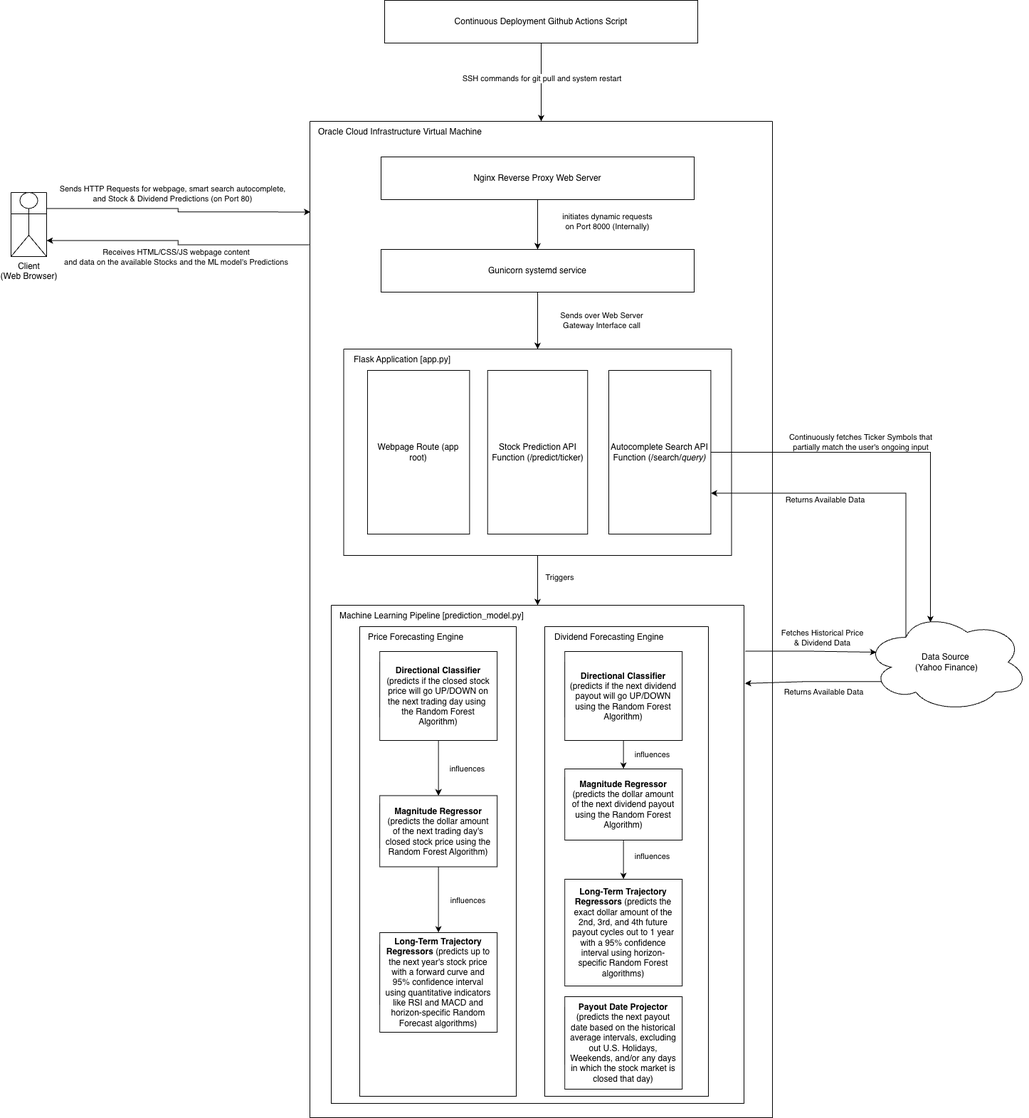
This is imgs/stock-market-predictor-arch.png from lc2410/stock-market-predictor, a draw.io export, as it was before one commit. Source tidied: cells renumbered, new cells last; positions are measured from the earlier drawing's top-left corner, leaving out a move shared by most shapes.
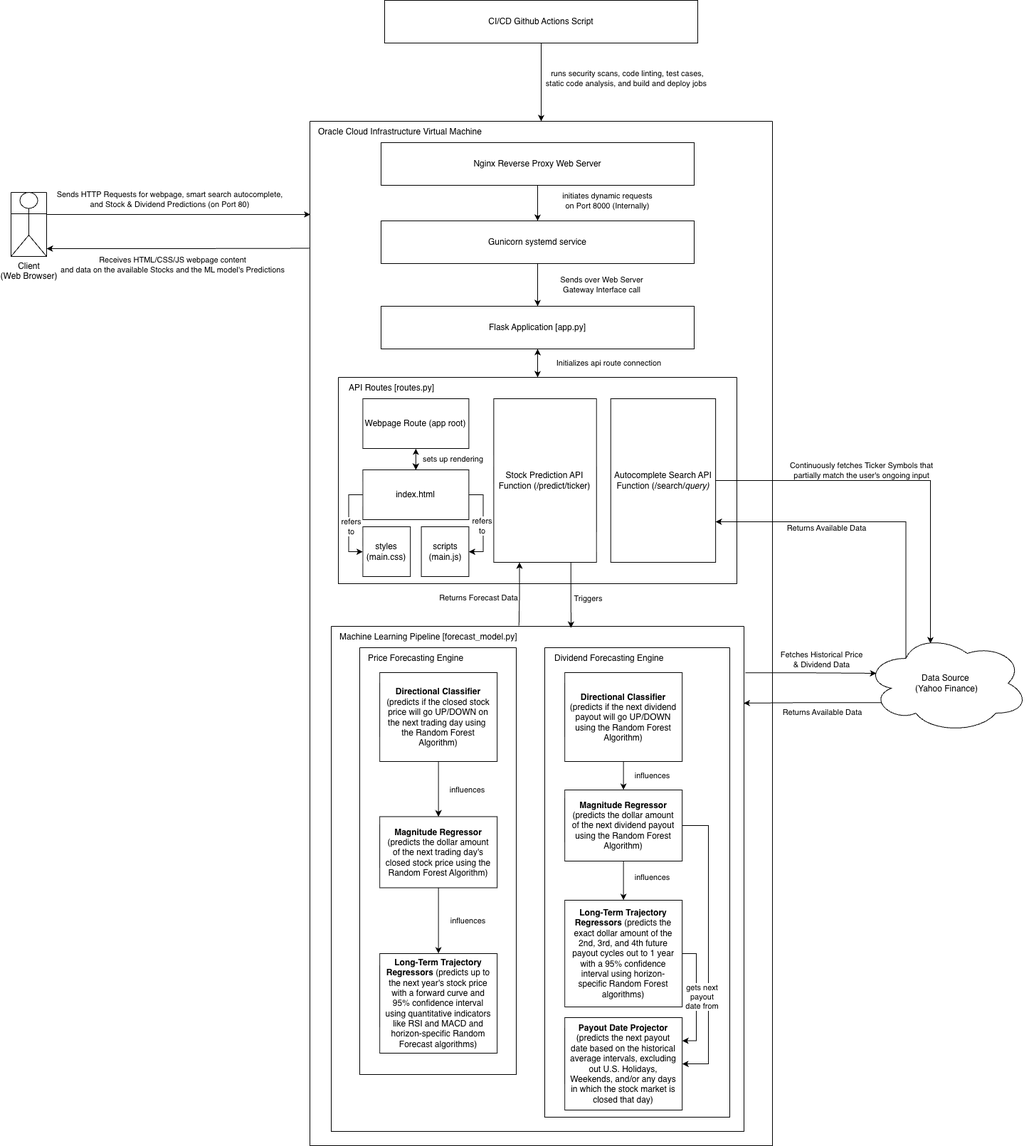
The same diagram one commit later.

The edit, as a diff of the source:
```diff
@@ -5,25 +5,60 @@
     <mxCell id="2" style="swimlane;startSize=0;" parent="1" vertex="1">
-      <mxGeometry x="420" y="170" width="650" height="1400" as="geometry" />
+      <mxGeometry x="420" y="170" width="650" height="1440" as="geometry" />
     </mxCell>
-    <mxCell id="3" value="Sends over Web Server &lt;br&gt;Gateway Interface call" style="edgeStyle=orthogonalEdgeStyle;rounded=0;jettySize=auto;html=1;exitX=0.5;exitY=1;exitDx=0;exitDy=0;entryX=0.5;entryY=0;entryDx=0;entryDy=0;fillColor=none;" parent="2" edge="1" source="13" target="5">
-      <mxGeometry y="90" relative="1" as="geometry" />
+    <mxCell id="3" value="Sends over Web Server &lt;br&gt;Gateway Interface call" style="edgeStyle=orthogonalEdgeStyle;rounded=0;jettySize=auto;html=1;exitX=0.5;exitY=1;exitDx=0;exitDy=0;fillColor=none;" parent="2" edge="1" source="13">
+      <mxGeometry y="90" relative="1" as="geometry">
+        <mxPoint x="320" y="260" as="targetPoint" />
+      </mxGeometry>
     </mxCell>
     <mxCell id="4" style="group;" parent="2" vertex="1">
-      <mxGeometry x="47.5" y="290" width="545" height="320" as="geometry" />
+      <mxGeometry x="40" y="330" width="560" height="320" as="geometry" />
     </mxCell>
     <mxCell id="5" style="swimlane;startSize=0;" parent="4" vertex="1">
-      <mxGeometry y="30" width="545" height="290" as="geometry" />
+      <mxGeometry y="30" width="560" height="290" as="geometry" />
     </mxCell>
+    <mxCell id="54" style="edgeStyle=orthogonalEdgeStyle;rounded=0;jettySize=auto;html=1;exitX=0.5;exitY=1;exitDx=0;exitDy=0;entryX=0.5;entryY=0;entryDx=0;entryDy=0;startArrow=classic;startFill=1;endArrow=classic;endFill=1;" parent="5" edge="1" source="6" target="60">
+      <mxGeometry relative="1" as="geometry" />
+    </mxCell>
+    <mxCell id="55" value="sets up rendering" style="edgeLabel;html=1;align=center;verticalAlign=middle;" parent="54" vertex="1">
+      <mxGeometry x="-0.37" y="-2" relative="1" as="geometry">
+        <mxPoint x="53" y="4" as="offset" />
+      </mxGeometry>
+    </mxCell>
     <mxCell id="6" value="Webpage Route (app root)" style="rounded=0;whiteSpace=wrap;html=1;" parent="5" vertex="1">
-      <mxGeometry x="33.5" y="30" width="143.4" height="230" as="geometry" />
+      <mxGeometry x="34.4" y="30" width="149" height="70" as="geometry" />
     </mxCell>
     <mxCell id="7" value="Stock &lt;span&gt;Prediction&lt;/span&gt; API Function&amp;nbsp;(/predict/ticker)" style="rounded=0;whiteSpace=wrap;html=1;" parent="5" vertex="1">
-      <mxGeometry x="202.2" y="30" width="140.5" height="230" as="geometry" />
+      <mxGeometry x="218.4" y="30" width="144.4" height="230" as="geometry" />
     </mxCell>
-    <mxCell id="8" value="Flask Application [app.py]" style="text;html=1;align=left;verticalAlign=middle;strokeColor=none;fillColor=none;" parent="5" vertex="1">
-      <mxGeometry x="12.4" width="160" height="30" as="geometry" />
+    <mxCell id="8" value="API Routes [routes.py]" style="text;html=1;align=left;verticalAlign=middle;strokeColor=none;fillColor=none;" parent="5" vertex="1">
+      <mxGeometry x="12.7" width="140" height="30" as="geometry" />
     </mxCell>
     <mxCell id="9" value="Autocomplete Search API Function (/search/&lt;i&gt;query)&lt;/i&gt;" style="rounded=0;whiteSpace=wrap;html=1;" parent="5" vertex="1">
-      <mxGeometry x="372.5" y="30" width="143.4" height="230" as="geometry" />
+      <mxGeometry x="382.8" y="30" width="147.4" height="230" as="geometry" />
     </mxCell>
+    <mxCell id="56" style="edgeStyle=orthogonalEdgeStyle;rounded=0;jettySize=auto;html=1;exitX=0;exitY=0.5;exitDx=0;exitDy=0;entryX=0;entryY=0.5;entryDx=0;entryDy=0;" parent="5" edge="1" source="60" target="61">
+      <mxGeometry relative="1" as="geometry" />
+    </mxCell>
+    <mxCell id="57" value="refers&lt;br&gt;to" style="edgeLabel;html=1;align=center;verticalAlign=middle;" parent="56" vertex="1">
+      <mxGeometry x="-0.06" relative="1" as="geometry">
+        <mxPoint x="2" y="9" as="offset" />
+      </mxGeometry>
+    </mxCell>
+    <mxCell id="58" style="edgeStyle=orthogonalEdgeStyle;rounded=0;jettySize=auto;html=1;exitX=1;exitY=0.5;exitDx=0;exitDy=0;entryX=1;entryY=0.5;entryDx=0;entryDy=0;" parent="5" edge="1" source="60" target="62">
+      <mxGeometry relative="1" as="geometry" />
+    </mxCell>
+    <mxCell id="59" value="refers&lt;br&gt;to" style="edgeLabel;html=1;align=center;verticalAlign=middle;" parent="58" vertex="1">
+      <mxGeometry x="0.03" y="-1" relative="1" as="geometry">
+        <mxPoint x="-2" as="offset" />
+      </mxGeometry>
+    </mxCell>
+    <mxCell id="60" value="index.html" style="rounded=0;whiteSpace=wrap;html=1;" parent="5" vertex="1">
+      <mxGeometry x="34.4" y="130" width="149" height="70" as="geometry" />
+    </mxCell>
+    <mxCell id="61" value="styles&lt;br&gt;(main.css)" style="rounded=0;whiteSpace=wrap;html=1;" parent="5" vertex="1">
+      <mxGeometry x="34.4" y="210" width="66.8" height="70" as="geometry" />
+    </mxCell>
+    <mxCell id="62" value="scripts&lt;br&gt;(main.js)" style="rounded=0;whiteSpace=wrap;html=1;" parent="5" vertex="1">
+      <mxGeometry x="116.6" y="210" width="66.8" height="70" as="geometry" />
+    </mxCell>
     <mxCell id="10" style="edgeStyle=orthogonalEdgeStyle;rounded=0;jettySize=auto;html=1;exitX=0.5;exitY=1;exitDx=0;exitDy=0;entryX=0.5;entryY=0;entryDx=0;entryDy=0;" parent="2" edge="1" source="12" target="13">
@@ -37,6 +72,6 @@
     <mxCell id="12" value="Nginx Reverse Proxy Web Server" style="rounded=0;whiteSpace=wrap;html=1;" parent="2" vertex="1">
-      <mxGeometry x="100" y="50" width="440" height="60" as="geometry" />
+      <mxGeometry x="100" y="30" width="440" height="60" as="geometry" />
     </mxCell>
     <mxCell id="13" value="Gunicorn systemd service" style="rounded=0;whiteSpace=wrap;html=1;" parent="2" vertex="1">
-      <mxGeometry x="100" y="180" width="440" height="60" as="geometry" />
+      <mxGeometry x="100" y="140" width="440" height="60" as="geometry" />
     </mxCell>
@@ -45,69 +80,13 @@
     </mxCell>
-    <mxCell id="15" style="edgeStyle=orthogonalEdgeStyle;rounded=0;jettySize=auto;html=1;exitX=0.25;exitY=0.25;exitDx=0;exitDy=0;exitPerimeter=0;entryX=1;entryY=0.75;entryDx=0;entryDy=0;" parent="1" edge="1" source="17" target="9">
-      <mxGeometry relative="1" as="geometry">
-        <Array as="points">
-          <mxPoint x="1257" y="692" />
-        </Array>
-      </mxGeometry>
-    </mxCell>
-    <mxCell id="16" value="Returns Available Data" style="edgeLabel;html=1;align=center;verticalAlign=middle;" parent="15" vertex="1">
-      <mxGeometry x="0.33" y="1" relative="1" as="geometry">
-        <mxPoint y="7" as="offset" />
-      </mxGeometry>
-    </mxCell>
-    <mxCell id="17" value="Data Source&amp;nbsp;&lt;div&gt;(Yahoo Finance)&lt;/div&gt;" style="ellipse;shape=cloud;whiteSpace=wrap;html=1;" parent="1" vertex="1">
-      <mxGeometry x="1200" y="860" width="230" height="140" as="geometry" />
-    </mxCell>
-    <mxCell id="18" style="swimlane;startSize=0;" parent="1" vertex="1">
-      <mxGeometry y="270" width="50" height="90" as="geometry" />
-    </mxCell>
-    <mxCell id="19" value="Client&lt;div&gt;(Web Browser)&lt;/div&gt;" style="shape=umlActor;verticalLabelPosition=bottom;verticalAlign=top;html=1;" parent="18" vertex="1">
-      <mxGeometry width="50" height="90" as="geometry" />
-    </mxCell>
-    <mxCell id="20" style="edgeStyle=orthogonalEdgeStyle;rounded=0;jettySize=auto;html=1;exitX=0.5;exitY=1;exitDx=0;exitDy=0;entryX=0.5;entryY=0;entryDx=0;entryDy=0;" parent="1" edge="1" source="22" target="2">
-      <mxGeometry relative="1" as="geometry" />
-    </mxCell>
-    <mxCell id="21" value="SSH commands for git pull and system restart" style="edgeLabel;html=1;align=center;verticalAlign=middle;" parent="20" vertex="1">
-      <mxGeometry x="-0.12" relative="1" as="geometry" />
-    </mxCell>
-    <mxCell id="22" value="Continuous Deployment Github Actions Script" style="rounded=0;whiteSpace=wrap;html=1;" parent="1" vertex="1">
-      <mxGeometry x="525" width="440" height="60" as="geometry" />
-    </mxCell>
-    <mxCell id="23" style="edgeStyle=orthogonalEdgeStyle;rounded=0;jettySize=auto;html=1;exitX=1;exitY=0.25;exitDx=0;exitDy=0;entryX=0.001;entryY=0.091;entryDx=0;entryDy=0;entryPerimeter=0;" parent="1" edge="1" source="18" target="2">
-      <mxGeometry relative="1" as="geometry" />
-    </mxCell>
-    <mxCell id="24" value="Sends HTTP Requests for webpage, smart search autocomplete, &lt;br&gt;and Stock &amp;amp; Dividend Predictions (on Port 80)" style="edgeLabel;html=1;align=center;verticalAlign=middle;labelBackgroundColor=none;" parent="23" vertex="1">
-      <mxGeometry x="-0.1" relative="1" as="geometry">
-        <mxPoint x="7" y="-22" as="offset" />
-      </mxGeometry>
-    </mxCell>
-    <mxCell id="25" style="edgeStyle=orthogonalEdgeStyle;rounded=0;jettySize=auto;html=1;exitX=1;exitY=0.75;exitDx=0;exitDy=0;entryX=-0.001;entryY=0.124;entryDx=0;entryDy=0;entryPerimeter=0;startArrow=classic;startFill=1;endArrow=none;endFill=0;" parent="1" edge="1" source="18" target="2">
-      <mxGeometry relative="1" as="geometry" />
-    </mxCell>
-    <mxCell id="26" value="Receives HTML/CSS/JS webpage content &lt;br&gt;and data on the available Stocks and the ML model's Predictions" style="edgeLabel;html=1;align=center;verticalAlign=middle;labelBackgroundColor=none;" parent="25" vertex="1">
-      <mxGeometry x="-0.18" relative="1" as="geometry">
-        <mxPoint x="26" y="22" as="offset" />
-      </mxGeometry>
-    </mxCell>
-    <mxCell id="27" style="edgeStyle=orthogonalEdgeStyle;rounded=0;jettySize=auto;html=1;exitX=0.5;exitY=1;exitDx=0;exitDy=0;entryX=0.5;entryY=0;entryDx=0;entryDy=0;" parent="1" edge="1" source="5" target="31">
-      <mxGeometry relative="1" as="geometry" />
-    </mxCell>
-    <mxCell id="28" value="Triggers" style="edgeLabel;html=1;align=center;verticalAlign=middle;labelBackgroundColor=none;" parent="27" vertex="1">
-      <mxGeometry x="-0.19" y="3" relative="1" as="geometry">
-        <mxPoint x="27" y="1" as="offset" />
-      </mxGeometry>
-    </mxCell>
-    <mxCell id="29" style="edgeStyle=orthogonalEdgeStyle;rounded=0;jettySize=auto;html=1;exitX=1.003;exitY=0.092;exitDx=0;exitDy=0;entryX=0.07;entryY=0.4;entryDx=0;entryDy=0;entryPerimeter=0;exitPerimeter=0;" parent="1" edge="1" source="31" target="17">
-      <mxGeometry relative="1" as="geometry" />
-    </mxCell>
-    <mxCell id="30" value="Fetches Historical Price &lt;br&gt;&amp;amp; Dividend Data" style="edgeLabel;html=1;align=center;verticalAlign=middle;labelBackgroundColor=none;" parent="29" vertex="1">
-      <mxGeometry x="-0.11" y="-3" relative="1" as="geometry">
-        <mxPoint x="26" y="-19" as="offset" />
-      </mxGeometry>
-    </mxCell>
+    <mxCell id="63" value="Initializes api route connection" style="edgeStyle=orthogonalEdgeStyle;rounded=0;jettySize=auto;html=1;exitX=0.5;exitY=1;exitDx=0;exitDy=0;entryX=0.5;entryY=0;entryDx=0;entryDy=0;startArrow=classic;startFill=1;" parent="2" edge="1" source="64" target="5">
+      <mxGeometry y="100" relative="1" as="geometry" />
+    </mxCell>
+    <mxCell id="64" value="Flask Application [app.py]" style="rounded=0;whiteSpace=wrap;html=1;" parent="2" vertex="1">
+      <mxGeometry x="100" y="260" width="440" height="60" as="geometry" />
+    </mxCell>
-    <mxCell id="31" style="swimlane;startSize=0;" parent="1" vertex="1">
-      <mxGeometry x="450" y="850" width="580" height="700" as="geometry" />
+    <mxCell id="31" style="swimlane;startSize=0;" parent="2" vertex="1">
+      <mxGeometry x="30" y="710" width="580" height="710" as="geometry" />
     </mxCell>
     <mxCell id="32" style="swimlane;startSize=0;" parent="31" vertex="1">
-      <mxGeometry x="40" y="30" width="220" height="660" as="geometry" />
+      <mxGeometry x="40" y="30" width="220" height="600" as="geometry" />
     </mxCell>
@@ -137,3 +116,3 @@
     <mxCell id="40" style="swimlane;startSize=0;" parent="31" vertex="1">
-      <mxGeometry x="300" y="30" width="230" height="660" as="geometry" />
+      <mxGeometry x="300" y="30" width="260" height="660" as="geometry" />
     </mxCell>
@@ -162,2 +141,18 @@
     </mxCell>
+    <mxCell id="65" style="edgeStyle=orthogonalEdgeStyle;rounded=0;jettySize=auto;html=1;exitX=1;exitY=0.5;exitDx=0;exitDy=0;entryX=1;entryY=0.5;entryDx=0;entryDy=0;startArrow=classic;startFill=1;endArrow=none;endFill=0;" parent="40" edge="1" source="48" target="45">
+      <mxGeometry relative="1" as="geometry">
+        <Array as="points">
+          <mxPoint x="230" y="585" />
+          <mxPoint x="230" y="250" />
+        </Array>
+      </mxGeometry>
+    </mxCell>
+    <mxCell id="66" style="edgeStyle=orthogonalEdgeStyle;rounded=0;jettySize=auto;html=1;exitX=1;exitY=0.25;exitDx=0;exitDy=0;entryX=1;entryY=0.5;entryDx=0;entryDy=0;startArrow=classic;startFill=1;endArrow=none;endFill=0;" parent="40" edge="1" source="48" target="47">
+      <mxGeometry relative="1" as="geometry" />
+    </mxCell>
+    <mxCell id="67" value="gets next&lt;br&gt;payout&lt;br&gt;date from" style="edgeLabel;html=1;align=center;verticalAlign=middle;" parent="66" vertex="1">
+      <mxGeometry x="0.02" y="2" relative="1" as="geometry">
+        <mxPoint x="9" as="offset" />
+      </mxGeometry>
+    </mxCell>
     <mxCell id="48" value="&lt;b&gt;Payout Date Projector&lt;/b&gt; (predicts the next payout date based on the historical average intervals, excluding out U.S. Holidays, Weekends, and/or any days in which the stock market is closed that day)" style="rounded=0;whiteSpace=wrap;html=1;spacingLeft=5;spacingRight=5;spacingTop=5;spacingBottom=5;" parent="40" vertex="1">
@@ -165,6 +160,83 @@
     </mxCell>
-    <mxCell id="49" value="Machine Learning Pipeline [prediction_model.py]" style="text;html=1;align=left;verticalAlign=middle;points=[];strokeColor=none;fillColor=none;" parent="1" vertex="1">
-      <mxGeometry x="460" y="850" width="280" height="30" as="geometry" />
+    <mxCell id="49" value="Machine Learning Pipeline [forecast_model.py]" style="text;html=1;align=left;verticalAlign=middle;points=[];strokeColor=none;fillColor=none;" parent="31" vertex="1">
+      <mxGeometry x="10" width="270" height="30" as="geometry" />
     </mxCell>
+    <mxCell id="27" style="edgeStyle=orthogonalEdgeStyle;rounded=0;jettySize=auto;html=1;exitX=0.75;exitY=1;exitDx=0;exitDy=0;entryX=0.581;entryY=0.003;entryDx=0;entryDy=0;startArrow=none;startFill=0;entryPerimeter=0;" parent="2" edge="1" source="7" target="31">
+      <mxGeometry relative="1" as="geometry" />
+    </mxCell>
+    <mxCell id="28" value="Triggers" style="edgeLabel;html=1;align=center;verticalAlign=middle;labelBackgroundColor=none;" parent="27" vertex="1">
+      <mxGeometry x="-0.19" y="3" relative="1" as="geometry">
+        <mxPoint x="20" y="12" as="offset" />
+      </mxGeometry>
+    </mxCell>
+    <mxCell id="68" style="edgeStyle=orthogonalEdgeStyle;rounded=0;jettySize=auto;html=1;exitX=0.25;exitY=1;exitDx=0;exitDy=0;entryX=0.94;entryY=-0.035;entryDx=0;entryDy=0;entryPerimeter=0;startArrow=classic;startFill=1;endArrow=none;endFill=0;" parent="2" edge="1" source="7" target="49">
+      <mxGeometry relative="1" as="geometry" />
+    </mxCell>
+    <mxCell id="69" value="Returns Forecast Data" style="edgeLabel;html=1;align=center;verticalAlign=middle;" parent="68" vertex="1">
+      <mxGeometry x="0.13" y="1" relative="1" as="geometry">
+        <mxPoint x="-59" as="offset" />
+      </mxGeometry>
+    </mxCell>
+    <mxCell id="15" style="edgeStyle=orthogonalEdgeStyle;rounded=0;jettySize=auto;html=1;exitX=0.25;exitY=0.25;exitDx=0;exitDy=0;exitPerimeter=0;entryX=1;entryY=0.75;entryDx=0;entryDy=0;" parent="1" edge="1" source="17" target="9">
+      <mxGeometry relative="1" as="geometry">
+        <Array as="points">
+          <mxPoint x="1257" y="733" />
+          <mxPoint x="990" y="733" />
+        </Array>
+      </mxGeometry>
+    </mxCell>
+    <mxCell id="16" value="Returns Available Data" style="edgeLabel;html=1;align=center;verticalAlign=middle;" parent="15" vertex="1">
+      <mxGeometry x="0.33" y="1" relative="1" as="geometry">
+        <mxPoint y="7" as="offset" />
+      </mxGeometry>
+    </mxCell>
+    <mxCell id="17" value="Data Source&amp;nbsp;&lt;div&gt;(Yahoo Finance)&lt;/div&gt;" style="ellipse;shape=cloud;whiteSpace=wrap;html=1;" parent="1" vertex="1">
+      <mxGeometry x="1200" y="890" width="230" height="140" as="geometry" />
+    </mxCell>
+    <mxCell id="18" style="swimlane;startSize=0;" parent="1" vertex="1">
+      <mxGeometry y="270" width="50" height="90" as="geometry" />
+    </mxCell>
+    <mxCell id="19" value="Client&lt;div&gt;(Web Browser)&lt;/div&gt;" style="shape=umlActor;verticalLabelPosition=bottom;verticalAlign=top;html=1;" parent="18" vertex="1">
+      <mxGeometry width="50" height="90" as="geometry" />
+    </mxCell>
+    <mxCell id="20" style="edgeStyle=orthogonalEdgeStyle;rounded=0;jettySize=auto;html=1;exitX=0.5;exitY=1;exitDx=0;exitDy=0;entryX=0.5;entryY=0;entryDx=0;entryDy=0;" parent="1" edge="1" source="22" target="2">
+      <mxGeometry relative="1" as="geometry" />
+    </mxCell>
+    <mxCell id="21" value="runs security scans, code linting, test cases,&lt;div&gt;static code analysis, and build and deploy jobs&amp;nbsp;&lt;/div&gt;" style="edgeLabel;html=1;align=center;verticalAlign=middle;" parent="20" vertex="1">
+      <mxGeometry x="-0.12" relative="1" as="geometry">
+        <mxPoint x="120" y="1" as="offset" />
+      </mxGeometry>
+    </mxCell>
+    <mxCell id="22" value="CI/CD Github Actions Script" style="rounded=0;whiteSpace=wrap;html=1;" parent="1" vertex="1">
+      <mxGeometry x="525" width="440" height="60" as="geometry" />
+    </mxCell>
+    <mxCell id="23" style="edgeStyle=orthogonalEdgeStyle;rounded=0;jettySize=auto;html=1;entryX=0.001;entryY=0.091;entryDx=0;entryDy=0;entryPerimeter=0;" parent="1" edge="1" target="2">
+      <mxGeometry relative="1" as="geometry">
+        <mxPoint x="50" y="301" as="sourcePoint" />
+      </mxGeometry>
+    </mxCell>
+    <mxCell id="24" value="Sends HTTP Requests for webpage, smart search autocomplete, &lt;br&gt;and Stock &amp;amp; Dividend Predictions (on Port 80)" style="edgeLabel;html=1;align=center;verticalAlign=middle;labelBackgroundColor=none;" parent="23" vertex="1">
+      <mxGeometry x="-0.1" relative="1" as="geometry">
+        <mxPoint x="7" y="-22" as="offset" />
+      </mxGeometry>
+    </mxCell>
+    <mxCell id="25" style="edgeStyle=orthogonalEdgeStyle;rounded=0;jettySize=auto;html=1;entryX=-0.001;entryY=0.124;entryDx=0;entryDy=0;entryPerimeter=0;startArrow=classic;startFill=1;endArrow=none;endFill=0;" parent="1" edge="1" target="2">
+      <mxGeometry relative="1" as="geometry">
+        <mxPoint x="50" y="349" as="sourcePoint" />
+      </mxGeometry>
+    </mxCell>
+    <mxCell id="26" value="Receives HTML/CSS/JS webpage content &lt;br&gt;and data on the available Stocks and the ML model's Predictions" style="edgeLabel;html=1;align=center;verticalAlign=middle;labelBackgroundColor=none;" parent="25" vertex="1">
+      <mxGeometry x="-0.18" relative="1" as="geometry">
+        <mxPoint x="26" y="22" as="offset" />
+      </mxGeometry>
+    </mxCell>
+    <mxCell id="29" style="edgeStyle=orthogonalEdgeStyle;rounded=0;jettySize=auto;html=1;exitX=1.003;exitY=0.092;exitDx=0;exitDy=0;entryX=0.07;entryY=0.4;entryDx=0;entryDy=0;entryPerimeter=0;exitPerimeter=0;" parent="1" edge="1" source="31" target="17">
+      <mxGeometry relative="1" as="geometry" />
+    </mxCell>
+    <mxCell id="30" value="Fetches Historical Price &lt;br&gt;&amp;amp; Dividend Data" style="edgeLabel;html=1;align=center;verticalAlign=middle;labelBackgroundColor=none;" parent="29" vertex="1">
+      <mxGeometry x="-0.11" y="-3" relative="1" as="geometry">
+        <mxPoint x="26" y="-19" as="offset" />
+      </mxGeometry>
+    </mxCell>
-    <mxCell id="50" style="edgeStyle=orthogonalEdgeStyle;rounded=0;jettySize=auto;html=1;exitX=0.1;exitY=0.694;exitDx=0;exitDy=0;exitPerimeter=0;entryX=1.002;entryY=0.157;entryDx=0;entryDy=0;entryPerimeter=0;" parent="1" edge="1" source="17" target="31">
+    <mxCell id="50" style="edgeStyle=orthogonalEdgeStyle;rounded=0;jettySize=auto;html=1;exitX=0.1;exitY=0.694;exitDx=0;exitDy=0;exitPerimeter=0;entryX=0.999;entryY=0.152;entryDx=0;entryDy=0;entryPerimeter=0;" parent="1" edge="1" source="17" target="31">
       <mxGeometry relative="1" as="geometry" />
```
